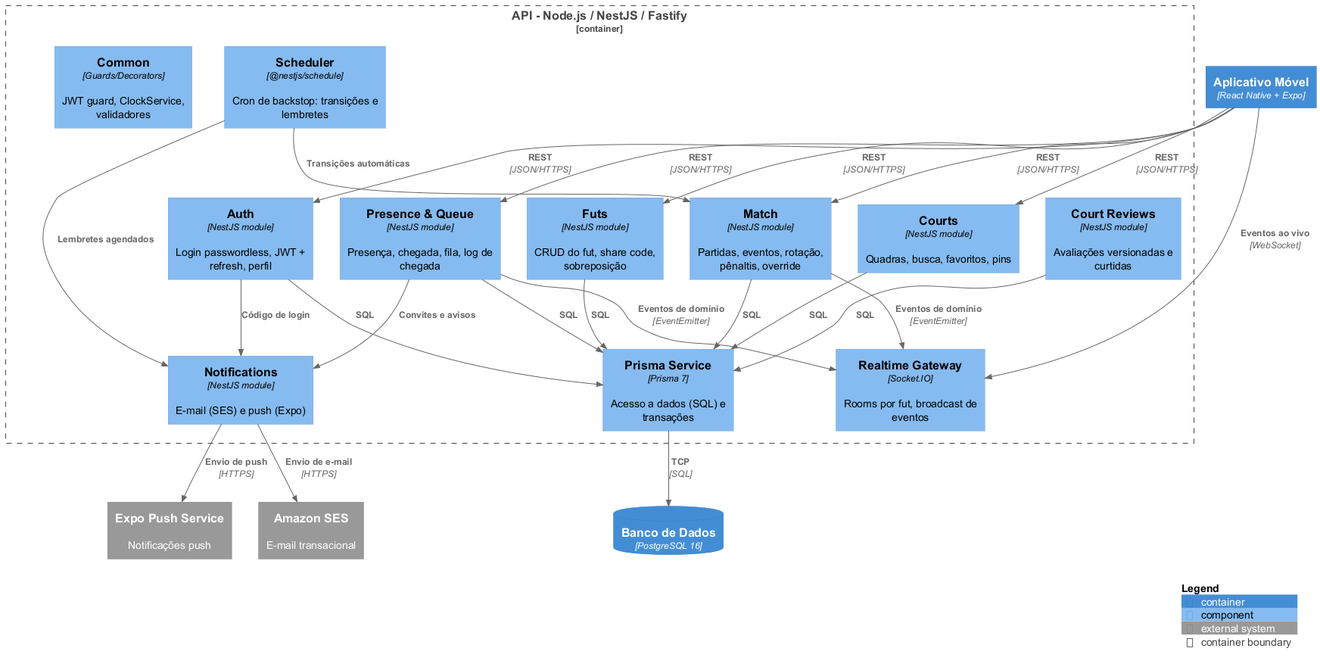
Above: latex/figuras/diagramas-src/render/c4-componentes.png in EhOMiguel/borafut-app-tcc (PlantUML), before the change.
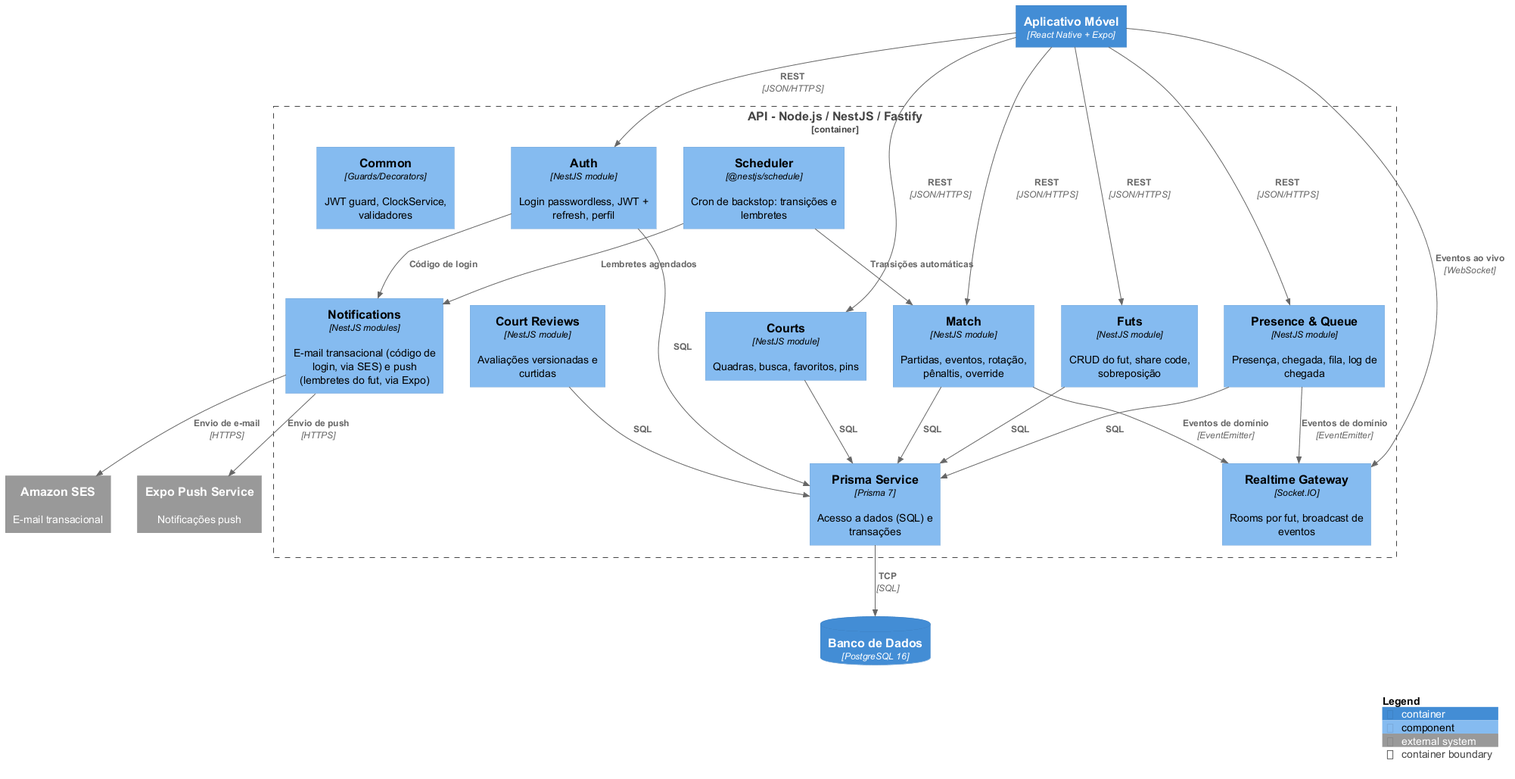
After the change.

The edit, as a diff of the source:
```diff
@@ -14,7 +14,7 @@
   Component(presence, "Presence & Queue", "NestJS module", "Presença, chegada, fila, log de chegada")
   Component(match, "Match", "NestJS module", "Partidas, eventos, rotação, pênaltis, override")
   Component(rt, "Realtime Gateway", "Socket.IO", "Rooms por fut, broadcast de eventos")
-  Component(notif, "Notifications", "NestJS module", "E-mail (SES) e push (Expo)")
+  Component(notif, "Notifications", "NestJS modules", "E-mail transacional (código de login, via SES) e push (lembretes do fut, via Expo)")
   Component(cron, "Scheduler", "@nestjs/schedule", "Cron de backstop: transições e lembretes")
   Component(prisma, "Prisma Service", "Prisma 7", "Acesso a dados (SQL) e transações")
   Component(common, "Common", "Guards/Decorators", "JWT guard, ClockService, validadores")
@@ -36,7 +36,6 @@
 Rel(presence, rt, "Eventos de domínio", "EventEmitter")
 Rel(match, rt, "Eventos de domínio", "EventEmitter")
 Rel(auth, notif, "Código de login")
-Rel(presence, notif, "Convites e avisos")
 Rel(cron, match, "Transições automáticas")
 Rel(cron, notif, "Lembretes agendados")
 Rel(notif, ses, "Envio de e-mail", "HTTPS")
```
